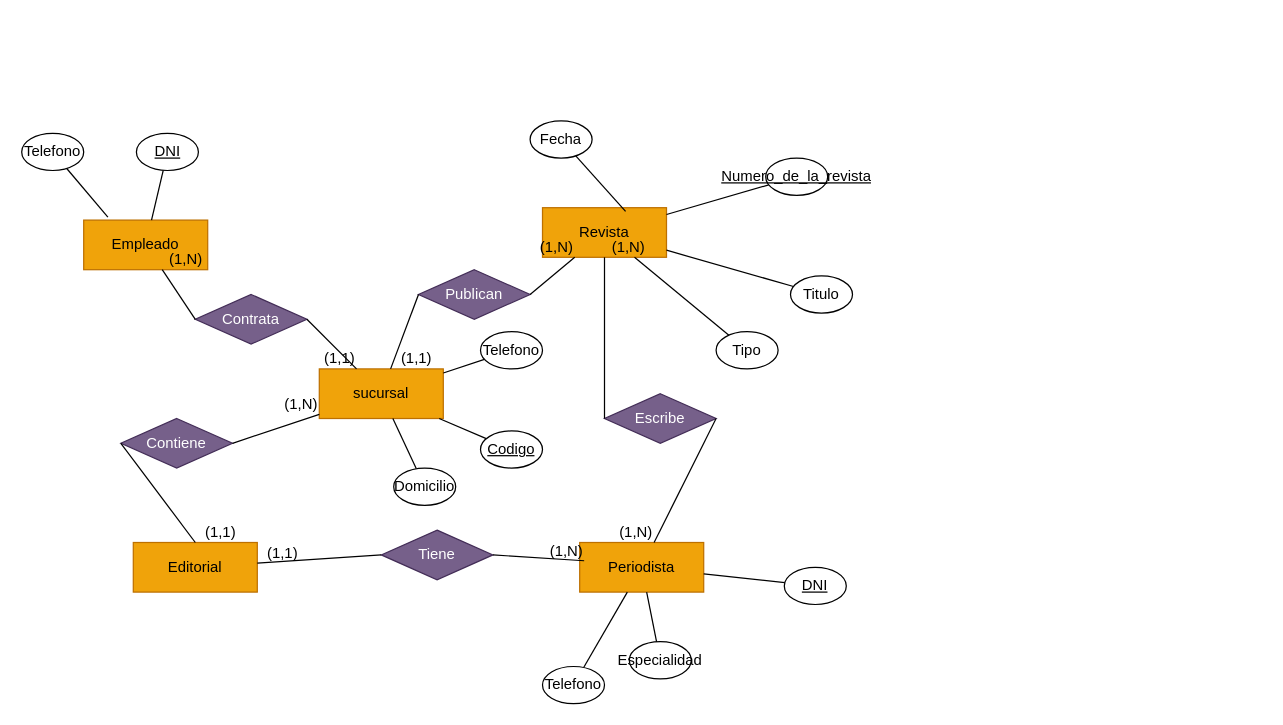
The draw.io diagram ejers/Ejer05.drawio in NuzzzKa/BasesDeDatos, before the edit. Source tidied: cells renumbered, new cells numbered last; positions are measured from the earlier drawing's top-left corner, leaving out a move shared by most shapes. Both pictures are drawn from the tidied source at 124%, with x=0, y=0 at pixel (21, 120).
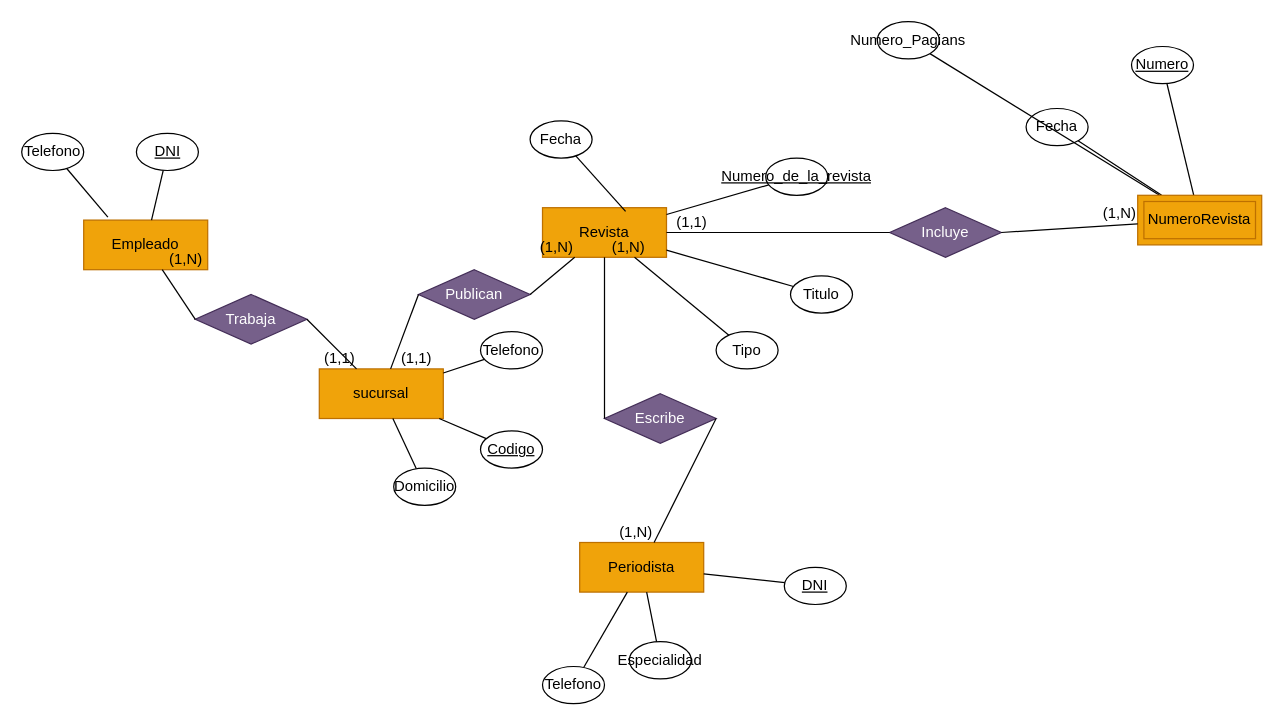
After the change.

The change refers to these unchanged cells:
```xml
<mxCell id="2" value="Revista" style="whiteSpace=wrap;html=1;align=center;fillColor=#f0a30a;strokeColor=#BD7000;fontColor=#000000;" parent="1" vertex="1">
  <mxGeometry x="420" y="70" width="100" height="40" as="geometry" />
</mxCell>
<mxCell id="3" value="sucursal" style="whiteSpace=wrap;html=1;align=center;fillColor=#f0a30a;strokeColor=#BD7000;fontColor=#000000;" parent="1" vertex="1">
  <mxGeometry x="240" y="200" width="100" height="40" as="geometry" />
</mxCell>
<mxCell id="4" value="Periodista" style="whiteSpace=wrap;html=1;align=center;fillColor=#f0a30a;strokeColor=#BD7000;fontColor=#000000;" parent="1" vertex="1">
  <mxGeometry x="450" y="340" width="100" height="40" as="geometry" />
</mxCell>
```

The edit, as a diff of the source:
```diff
@@
-    <mxCell id="5" value="Editorial" style="whiteSpace=wrap;html=1;align=center;fillColor=#f0a30a;strokeColor=#BD7000;fontColor=#000000;" parent="1" vertex="1">
-      <mxGeometry x="90" y="340" width="100" height="40" as="geometry" />
-    </mxCell>
@@
-    <mxCell id="7" value="Tiene" style="shape=rhombus;perimeter=rhombusPerimeter;whiteSpace=wrap;html=1;align=center;fillColor=#76608a;fontColor=#ffffff;strokeColor=#432D57;" parent="1" vertex="1">
-      <mxGeometry x="290" y="330" width="90" height="40" as="geometry" />
-    </mxCell>
-    <mxCell id="8" style="endArrow=none;html=1;rounded=0;exitX=0;exitY=0.5;exitDx=0;exitDy=0;" parent="1" edge="1" source="7" target="5">
-      <mxGeometry relative="1" as="geometry" />
-    </mxCell>
-    <mxCell id="9" value="(1,1)" style="html=1;whiteSpace=wrap;align=right;verticalAlign=bottom;" parent="8" vertex="1">
-      <mxGeometry x="1" relative="1" as="geometry">
-        <mxPoint x="34" as="offset" />
-      </mxGeometry>
-    </mxCell>
-    <mxCell id="10" style="endArrow=none;html=1;rounded=0;exitX=1;exitY=0.5;exitDx=0;exitDy=0;entryX=0.036;entryY=0.368;entryDx=0;entryDy=0;entryPerimeter=0;" parent="1" edge="1" source="7" target="4">
-      <mxGeometry relative="1" as="geometry" />
-    </mxCell>
-    <mxCell id="11" value="(1,N)" style="html=1;whiteSpace=wrap;align=right;verticalAlign=bottom;" parent="10" vertex="1">
-      <mxGeometry x="1" relative="1" as="geometry" />
-    </mxCell>
@@
-    <mxCell id="22" value="Contiene" style="shape=rhombus;perimeter=rhombusPerimeter;whiteSpace=wrap;html=1;align=center;fillColor=#76608a;fontColor=#ffffff;strokeColor=#432D57;" parent="1" vertex="1">
-      <mxGeometry x="80" y="240" width="90" height="40" as="geometry" />
-    </mxCell>
-    <mxCell id="23" style="endArrow=none;html=1;rounded=0;exitX=0;exitY=0.5;exitDx=0;exitDy=0;entryX=0.5;entryY=0;entryDx=0;entryDy=0;" parent="1" edge="1" source="22" target="5">
-      <mxGeometry relative="1" as="geometry" />
-    </mxCell>
-    <mxCell id="24" value="(1,1)" style="html=1;whiteSpace=wrap;align=right;verticalAlign=bottom;" parent="23" vertex="1">
-      <mxGeometry x="1" relative="1" as="geometry">
-        <mxPoint x="34" as="offset" />
-      </mxGeometry>
-    </mxCell>
-    <mxCell id="25" style="endArrow=none;html=1;rounded=0;exitX=1;exitY=0.5;exitDx=0;exitDy=0;" parent="1" edge="1" source="22" target="3">
-      <mxGeometry relative="1" as="geometry" />
-    </mxCell>
-    <mxCell id="26" value="(1,N)" style="html=1;whiteSpace=wrap;align=right;verticalAlign=bottom;" parent="25" vertex="1">
-      <mxGeometry x="1" relative="1" as="geometry" />
-    </mxCell>
-    <mxCell id="27" value="Contrata" style="shape=rhombus;perimeter=rhombusPerimeter;whiteSpace=wrap;html=1;align=center;fillColor=#76608a;fontColor=#ffffff;strokeColor=#432D57;" parent="1" vertex="1">
+    <mxCell id="27" value="Trabaja" style="shape=rhombus;perimeter=rhombusPerimeter;whiteSpace=wrap;html=1;align=center;fillColor=#76608a;fontColor=#ffffff;strokeColor=#432D57;" parent="1" vertex="1">
       <mxGeometry x="140" y="140" width="90" height="40" as="geometry" />
     </mxCell>
@@
+    <mxCell id="56" style="endArrow=none;html=1;rounded=0;" parent="1" edge="1" source="62" target="57">
+      <mxGeometry relative="1" as="geometry" />
+    </mxCell>
+    <mxCell id="57" value="Fecha" style="ellipse;whiteSpace=wrap;html=1;align=center;" parent="1" vertex="1">
+      <mxGeometry x="810" y="-10" width="50" height="30" as="geometry" />
+    </mxCell>
+    <mxCell id="58" style="endArrow=none;html=1;rounded=0;" parent="1" edge="1" source="62" target="59">
+      <mxGeometry relative="1" as="geometry" />
+    </mxCell>
+    <mxCell id="59" value="Numero_Pagians" style="ellipse;whiteSpace=wrap;html=1;align=center;" parent="1" vertex="1">
+      <mxGeometry x="690" y="-80" width="50" height="30" as="geometry" />
+    </mxCell>
+    <mxCell id="60" style="endArrow=none;html=1;rounded=0;" parent="1" edge="1" source="62" target="61">
+      <mxGeometry relative="1" as="geometry" />
+    </mxCell>
+    <mxCell id="61" value="&lt;u&gt;Numero&lt;/u&gt;" style="ellipse;whiteSpace=wrap;html=1;align=center;" parent="1" vertex="1">
+      <mxGeometry x="895" y="-60" width="50" height="30" as="geometry" />
+    </mxCell>
+    <mxCell id="62" value="NumeroRevista" style="shape=ext;margin=3;double=1;whiteSpace=wrap;html=1;align=center;fillColor=#f0a30a;fontColor=#000000;strokeColor=#BD7000;" parent="1" vertex="1">
+      <mxGeometry x="900" y="60" width="100" height="40" as="geometry" />
+    </mxCell>
+    <mxCell id="63" value="Incluye" style="shape=rhombus;perimeter=rhombusPerimeter;whiteSpace=wrap;html=1;align=center;fillColor=#76608a;fontColor=#ffffff;strokeColor=#432D57;" parent="1" vertex="1">
+      <mxGeometry x="700" y="70" width="90" height="40" as="geometry" />
+    </mxCell>
+    <mxCell id="64" style="endArrow=none;html=1;rounded=0;exitX=0;exitY=0.5;exitDx=0;exitDy=0;" parent="1" edge="1" source="63" target="2">
+      <mxGeometry relative="1" as="geometry" />
+    </mxCell>
+    <mxCell id="65" value="(1,1)" style="html=1;whiteSpace=wrap;align=right;verticalAlign=bottom;" parent="64" vertex="1">
+      <mxGeometry x="1" relative="1" as="geometry">
+        <mxPoint x="34" as="offset" />
+      </mxGeometry>
+    </mxCell>
+    <mxCell id="66" style="endArrow=none;html=1;rounded=0;exitX=1;exitY=0.5;exitDx=0;exitDy=0;" parent="1" edge="1" source="63" target="62">
+      <mxGeometry relative="1" as="geometry" />
+    </mxCell>
+    <mxCell id="67" value="(1,N)" style="html=1;whiteSpace=wrap;align=right;verticalAlign=bottom;" parent="66" vertex="1">
+      <mxGeometry x="1" relative="1" as="geometry" />
+    </mxCell>
```
